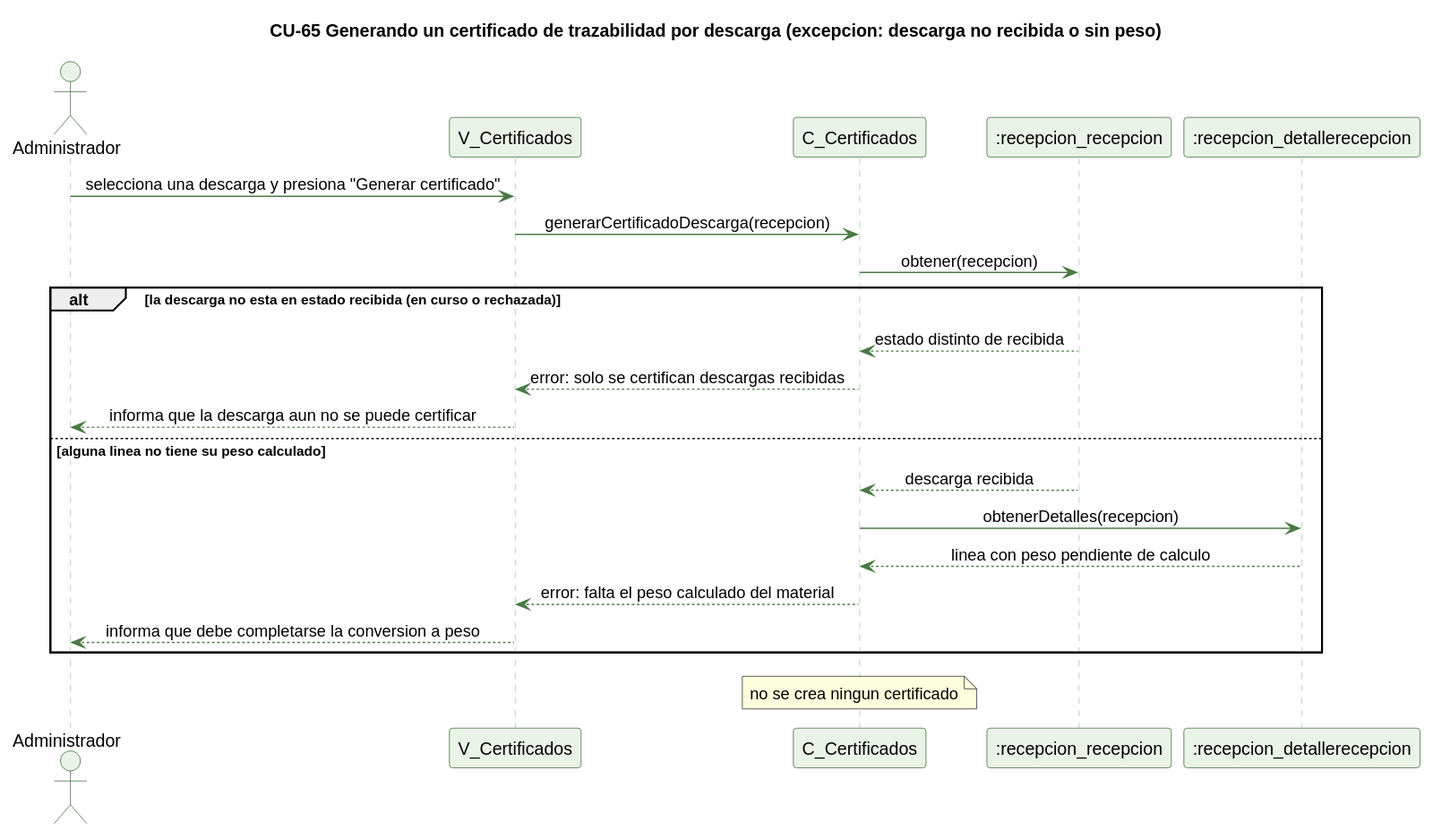
Before: docs/trabajo-grupal/diagramas/secuencias/cu65-certificado-descarga-excepcion.svg, a diagram exported from PlantUML (kenjikaese/Triverde).
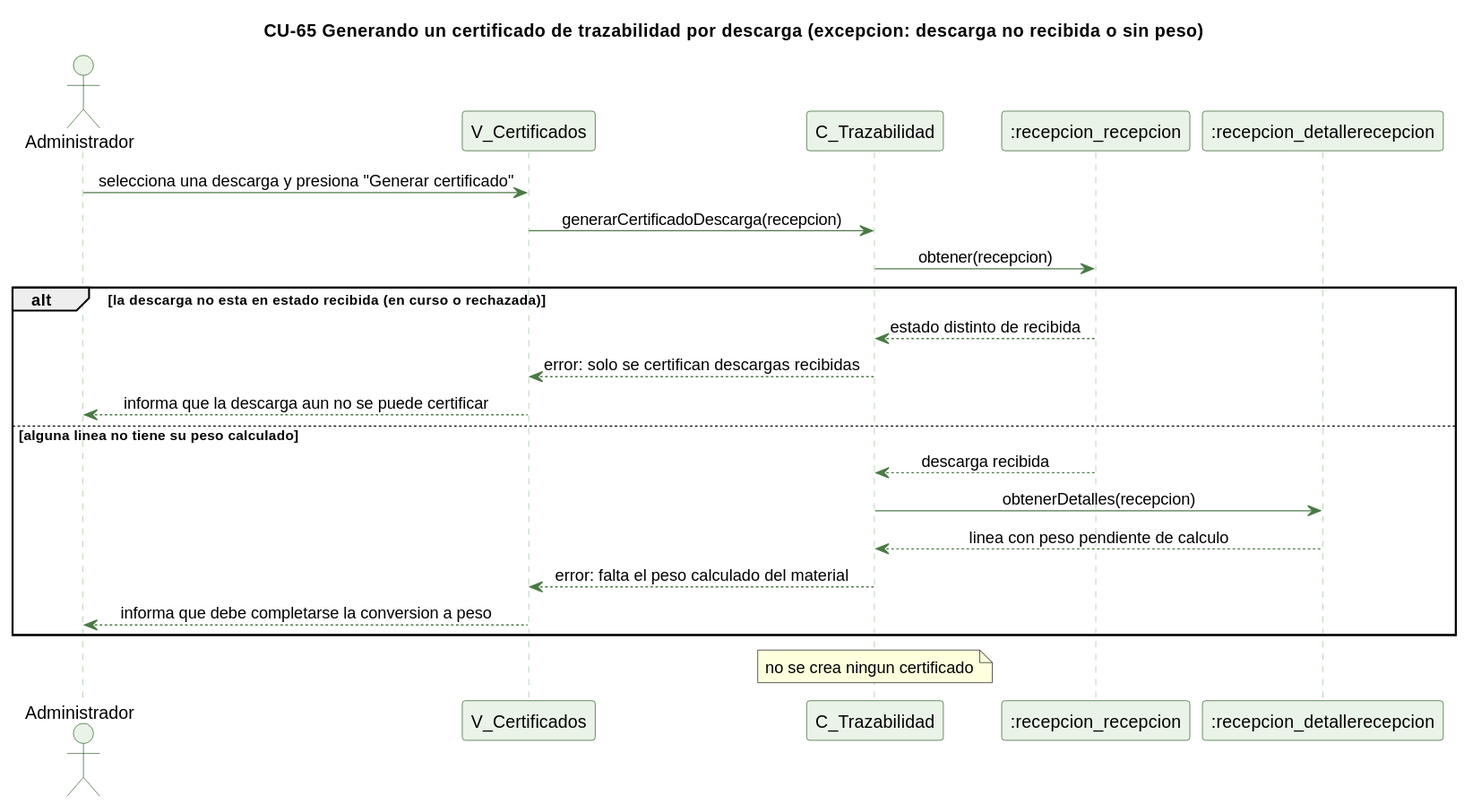
After the commit.

What changed in the source:
```diff
@@ -14,7 +14,7 @@
 
 actor Administrador
 participant "V_Certificados" as V
-participant "C_Certificados" as C
+participant "C_Trazabilidad" as C
 participant ":recepcion_recepcion" as R
 participant ":recepcion_detallerecepcion" as DR
 
```
